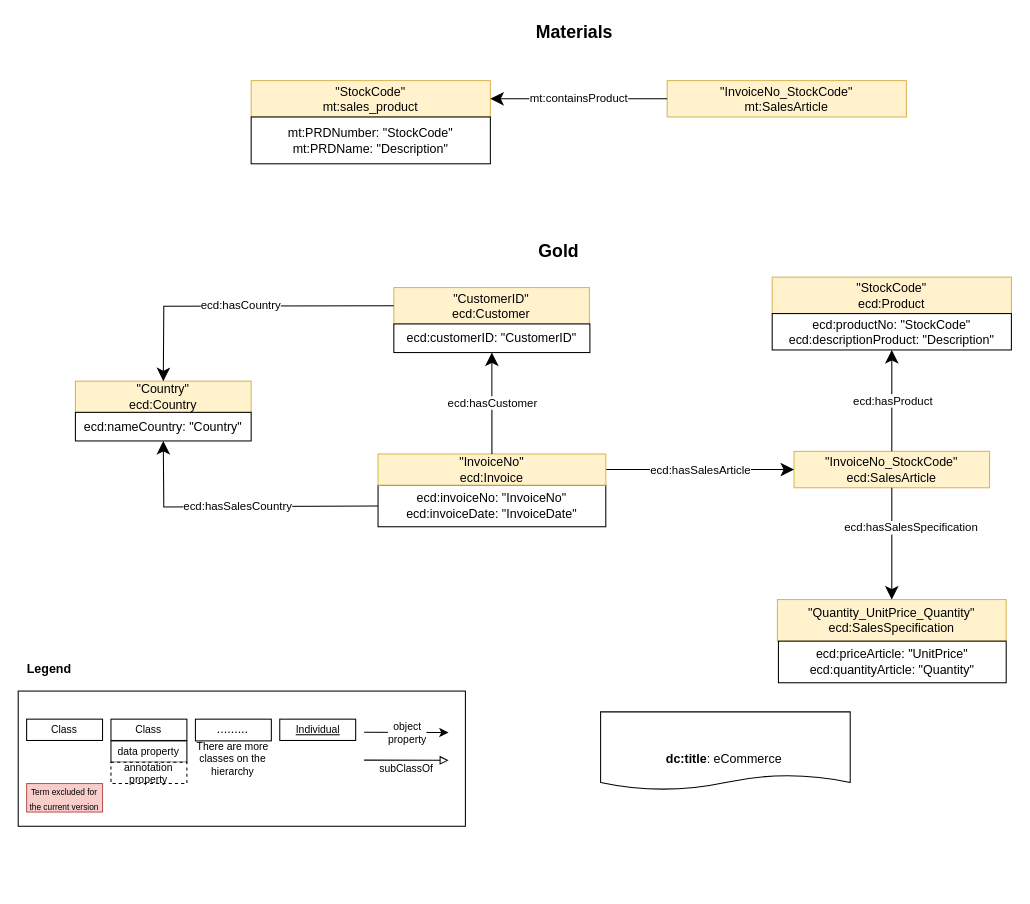
This is page "Gold-Materials" (6 of 8) of E-CommerceData/Figures/eCommerce.drawio from tecnomod-um/EvaluationGraphAlignmentMethods, a draw.io file, before an edit. Source tidied: cells renumbered, new cells numbered last; positions are measured from the earlier drawing's top-left corner, leaving out a move shared by most shapes. Both pictures are drawn from the tidied source at 104%, with x=0, y=0 at pixel (18, 18).
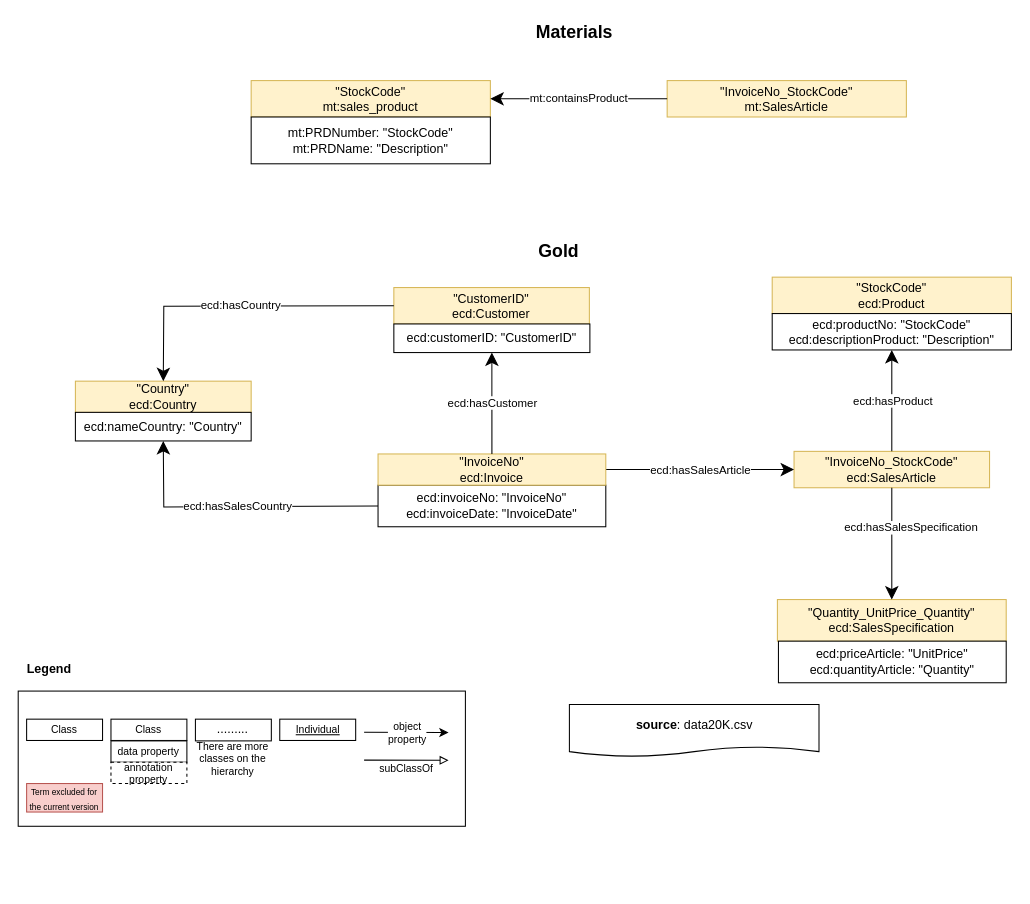
The same page after the edit.

Change to the diagram source:
```diff
@@
-    <mxCell id="15" value="&lt;br&gt;&lt;br&gt;&lt;div style=&quot;color: rgb(0 , 0 , 0) ; font-family: &amp;quot;helvetica&amp;quot; ; font-size: 12px ; font-style: normal ; font-weight: 400 ; letter-spacing: normal ; text-indent: 0px ; text-transform: none ; word-spacing: 0px ; text-align: left&quot;&gt;&lt;b&gt;dc:title&lt;/b&gt;&lt;span&gt;: eCommerce&amp;nbsp;&lt;/span&gt;&lt;/div&gt;" style="shape=document;html=1;boundedLbl=1;rounded=0;sketch=0;flipH=0;flipV=0;labelPosition=center;verticalLabelPosition=middle;align=center;verticalAlign=middle;spacingLeft=0;size=0.19093851132686085;labelBackgroundColor=none;" parent="1" vertex="1">
-      <mxGeometry x="560" y="667" width="240" height="75" as="geometry" />
-    </mxCell>
@@
+    <mxCell id="40" value="&lt;b style=&quot;font-family: helvetica; text-align: left; background-color: initial;&quot;&gt;source&lt;/b&gt;&lt;span style=&quot;font-family: helvetica; text-align: left; background-color: initial;&quot;&gt;: data20K.csv&lt;br&gt;&lt;/span&gt;" style="shape=document;html=1;boundedLbl=1;rounded=0;sketch=0;flipH=0;flipV=0;labelPosition=center;verticalLabelPosition=middle;align=center;verticalAlign=middle;spacingLeft=0;size=0.19093851132686085;labelBackgroundColor=none;" parent="1" vertex="1">
+      <mxGeometry x="530" y="660" width="240" height="50" as="geometry" />
+    </mxCell>
```
